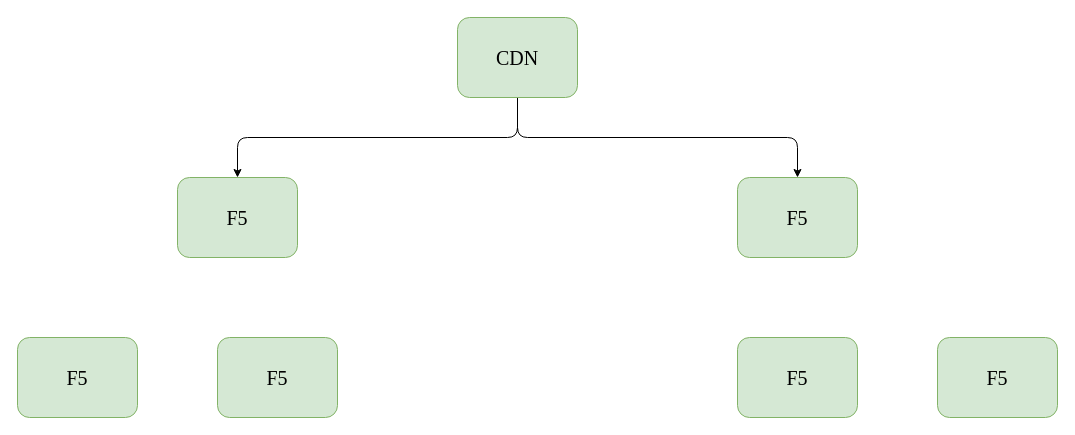
The draw.io diagram 广告系统分流.drawio in TakingCoding4Granted/drawio, before the edit. Source tidied: cells renumbered, new cells numbered last; positions are measured from the earlier drawing's top-left corner, leaving out a move shared by most shapes. Both pictures are drawn from the tidied source at 100%, with x=0, y=0 at pixel (17, 17).
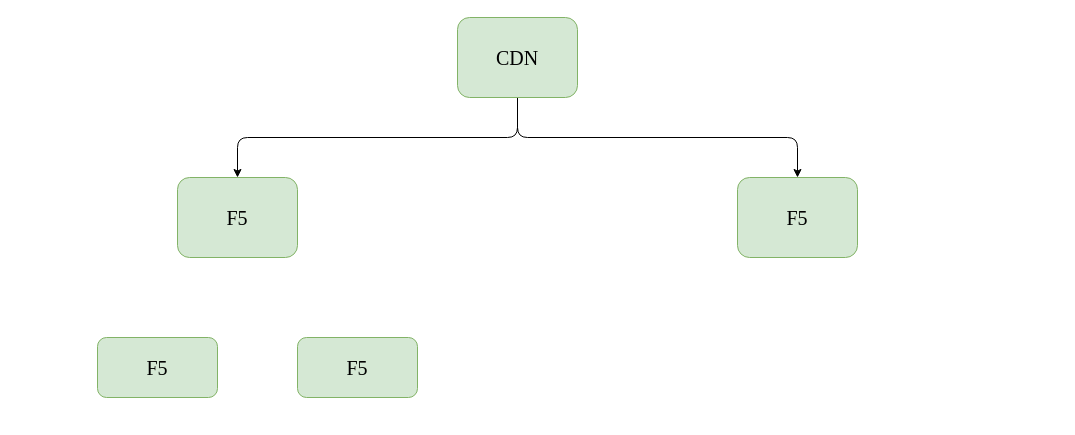
After the change.

Commit message (it also covers changes not shown here):
更新广告系统分流.drawio

Change to the diagram source:
```diff
@@
 <mxGraphModel>
   <root>
     <mxCell id="0" />
     <mxCell id="1" parent="0" />
     <mxCell id="2" style="edgeStyle=elbowEdgeStyle;jettySize=auto;html=1;fontFamily=Times New Roman;fontSize=20;rounded=1;elbow=vertical;" parent="1" edge="1" source="4" target="5">
       <mxGeometry relative="1" as="geometry" />
     </mxCell>
     <mxCell id="3" style="edgeStyle=elbowEdgeStyle;rounded=1;jettySize=auto;elbow=vertical;html=1;entryX=0.5;entryY=0;entryDx=0;entryDy=0;fontFamily=Times New Roman;fontSize=20;" parent="1" edge="1" source="4" target="6">
       <mxGeometry relative="1" as="geometry" />
     </mxCell>
     <mxCell id="4" value="CDN" style="rounded=1;whiteSpace=wrap;html=1;fontFamily=Times New Roman;fontSize=20;fillColor=#d5e8d4;strokeColor=#82b366;" parent="1" vertex="1">
       <mxGeometry x="440" width="120" height="80" as="geometry" />
     </mxCell>
     <mxCell id="5" value="F5" style="rounded=1;whiteSpace=wrap;html=1;fontFamily=Times New Roman;fontSize=20;fillColor=#d5e8d4;strokeColor=#82b366;" parent="1" vertex="1">
       <mxGeometry x="160" y="160" width="120" height="80" as="geometry" />
     </mxCell>
     <mxCell id="6" value="F5" style="rounded=1;whiteSpace=wrap;html=1;fontFamily=Times New Roman;fontSize=20;fillColor=#d5e8d4;strokeColor=#82b366;" parent="1" vertex="1">
       <mxGeometry x="720" y="160" width="120" height="80" as="geometry" />
     </mxCell>
     <mxCell id="7" value="F5" style="rounded=1;whiteSpace=wrap;html=1;fontFamily=Times New Roman;fontSize=20;fillColor=#d5e8d4;strokeColor=#82b366;" parent="1" vertex="1">
-      <mxGeometry y="320" width="120" height="80" as="geometry" />
+      <mxGeometry x="80" y="320" width="120" height="60" as="geometry" />
     </mxCell>
-    <mxCell id="8" value="F5" style="rounded=1;whiteSpace=wrap;html=1;fontFamily=Times New Roman;fontSize=20;fillColor=#d5e8d4;strokeColor=#82b366;" parent="1" vertex="1">
-      <mxGeometry x="720" y="320" width="120" height="80" as="geometry" />
-    </mxCell>
-    <mxCell id="9" value="F5" style="rounded=1;whiteSpace=wrap;html=1;fontFamily=Times New Roman;fontSize=20;fillColor=#d5e8d4;strokeColor=#82b366;" parent="1" vertex="1">
-      <mxGeometry x="920" y="320" width="120" height="80" as="geometry" />
-    </mxCell>
     <mxCell id="10" value="F5" style="rounded=1;whiteSpace=wrap;html=1;fontFamily=Times New Roman;fontSize=20;fillColor=#d5e8d4;strokeColor=#82b366;" parent="1" vertex="1">
-      <mxGeometry x="200" y="320" width="120" height="80" as="geometry" />
+      <mxGeometry x="280" y="320" width="120" height="60" as="geometry" />
     </mxCell>
   </root>
 </mxGraphModel>
```
